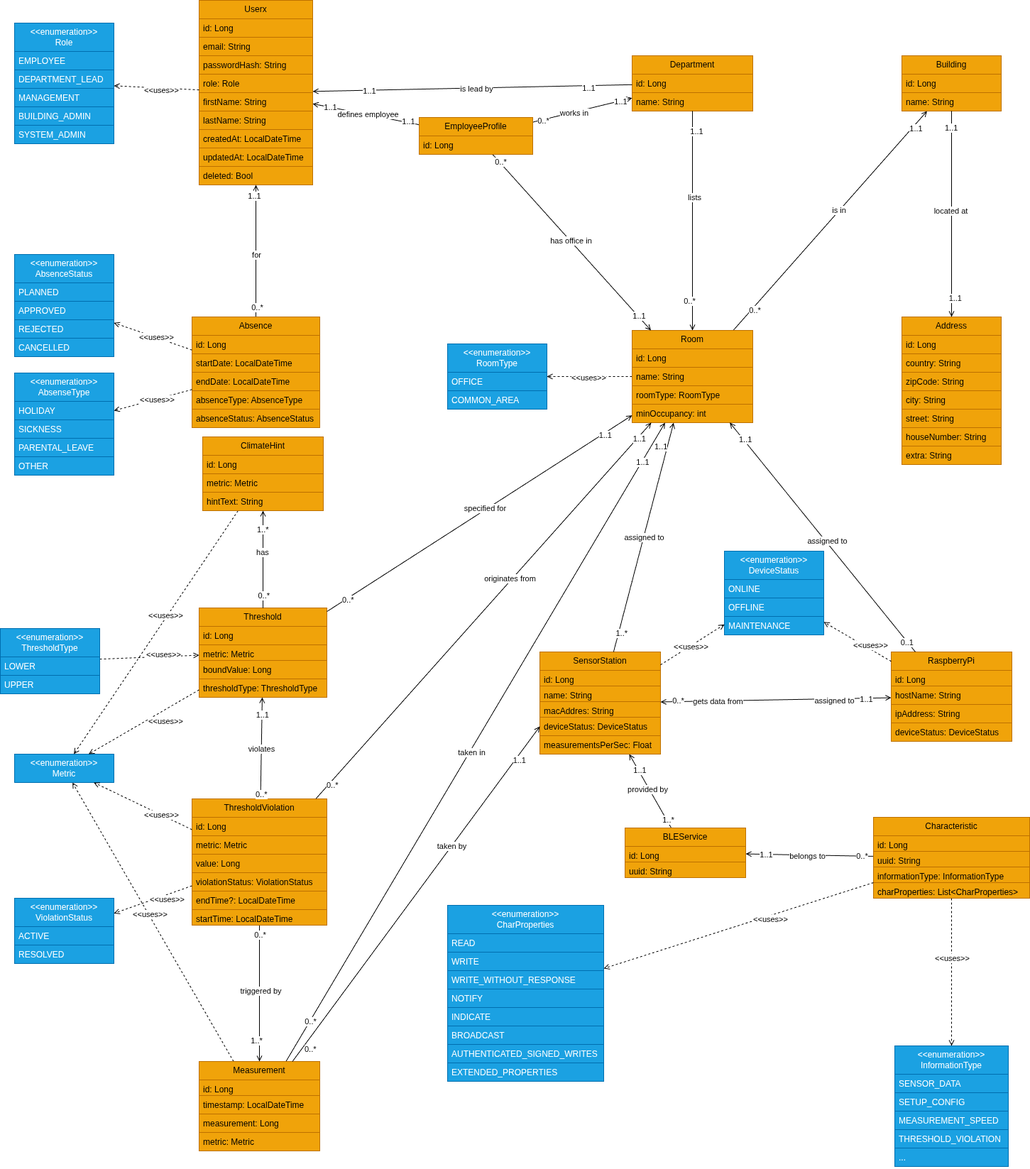
Above: docs/Softwarekonzept_V2/images/climate-canary-webapp-backend.png in adriano-paganini/ClimateCanary (draw.io), before the change. Source tidied: cells renumbered, new cells last; positions are measured from the earlier drawing's top-left corner, leaving out a move shared by most shapes.
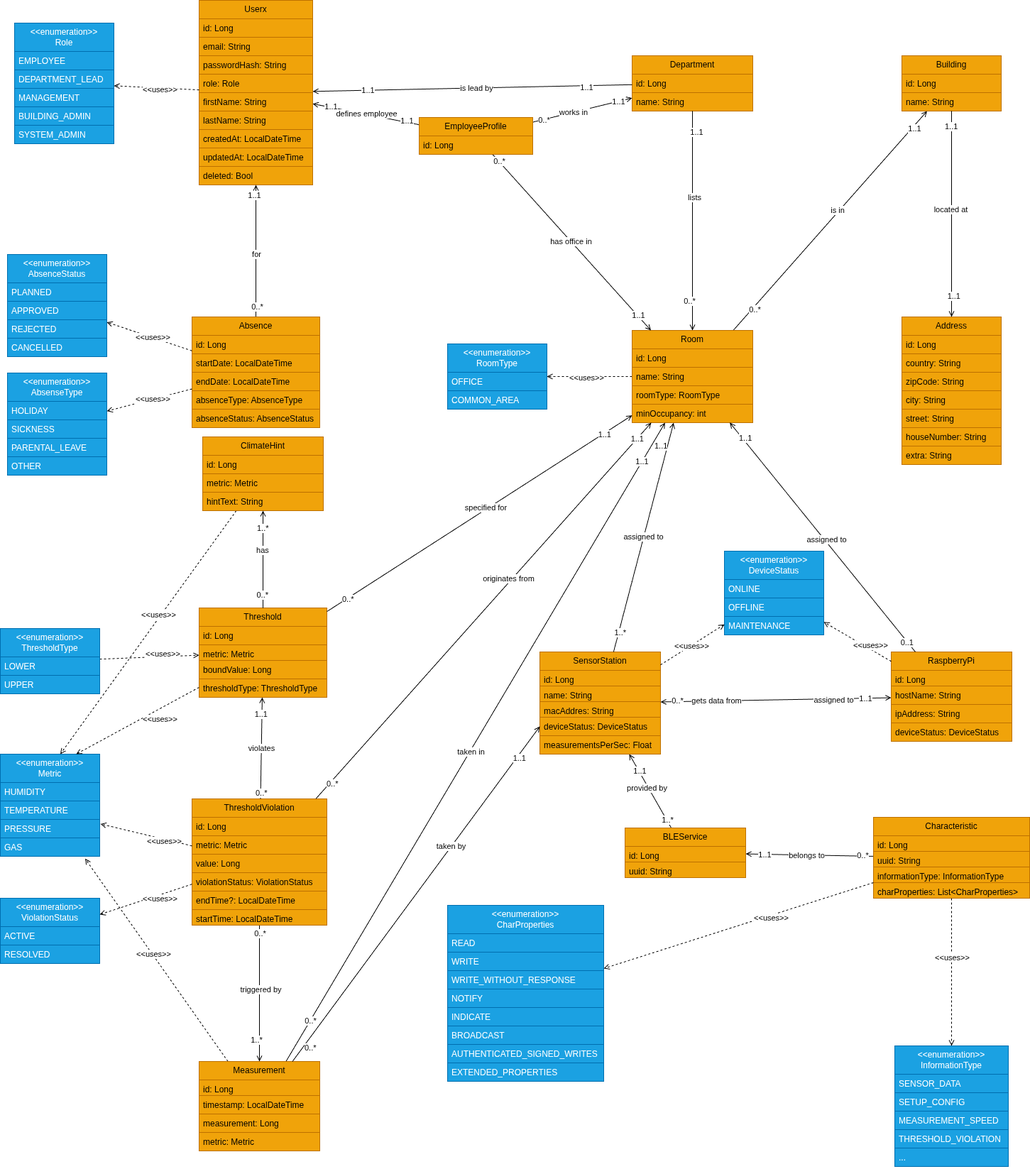
After the commit.

The edit, as a diff of the source:
```diff
@@ -51,7 +51,7 @@
       <mxGeometry y="144" width="140" height="26" as="geometry" />
     </mxCell>
     <mxCell id="18" value="&lt;div&gt;&amp;lt;&amp;lt;enumeration&amp;gt;&amp;gt;&lt;/div&gt;AbsenseType" style="swimlane;fontStyle=0;horizontal=1;startSize=40;fillColor=#1ba1e2;whiteSpace=wrap;html=1;fontColor=#ffffff;strokeColor=#006EAF;" parent="1" vertex="1">
-      <mxGeometry x="20" y="525" width="140" height="144" as="geometry" />
+      <mxGeometry x="10" y="525" width="140" height="144" as="geometry" />
     </mxCell>
     <mxCell id="19" value="HOLIDAY" style="text;strokeColor=#006EAF;fillColor=#1ba1e2;align=left;verticalAlign=top;spacingLeft=4;spacingRight=4;overflow=hidden;whiteSpace=wrap;html=1;fontColor=#ffffff;" parent="18" vertex="1">
       <mxGeometry y="40" width="140" height="26" as="geometry" />
@@ -298,7 +298,7 @@
     <mxCell id="91" value="triggered by" style="edgeLabel;html=1;align=center;verticalAlign=middle;" parent="88" vertex="1">
       <mxGeometry x="0.05" y="-1" relative="1" as="geometry" />
     </mxCell>
-    <mxCell id="92" style="rounded=0;jettySize=auto;html=1;dashed=1;endArrow=open;endFill=0;" parent="1" edge="1" source="98" target="108">
+    <mxCell id="92" style="rounded=0;jettySize=auto;html=1;dashed=1;endArrow=open;endFill=0;entryX=0.853;entryY=1.127;entryDx=0;entryDy=0;entryPerimeter=0;" parent="1" edge="1" source="98" target="235">
       <mxGeometry relative="1" as="geometry" />
     </mxCell>
     <mxCell id="93" value="&amp;lt;&amp;lt;uses&amp;gt;&amp;gt;" style="edgeLabel;html=1;align=center;verticalAlign=middle;" parent="92" vertex="1">
@@ -349,7 +349,7 @@
       <mxGeometry y="100" width="180" height="26" as="geometry" />
     </mxCell>
     <mxCell id="108" value="&lt;div&gt;&amp;lt;&amp;lt;enumeration&amp;gt;&amp;gt;&lt;/div&gt;Metric" style="swimlane;fontStyle=0;horizontal=1;startSize=40;fillColor=#1ba1e2;whiteSpace=wrap;html=1;fontColor=#ffffff;strokeColor=#006EAF;" parent="1" vertex="1" collapsed="1">
-      <mxGeometry x="20" y="1062" width="140" height="40" as="geometry" />
+      <mxGeometry y="1062" width="140" height="40" as="geometry" />
     </mxCell>
     <mxCell id="109" style="endArrow=open;html=1;rounded=0;startArrow=none;startFill=0;endFill=0;endSize=6;startSize=15;" parent="1" edge="1" source="103" target="61">
       <mxGeometry relative="1" as="geometry" />
@@ -401,7 +401,7 @@
       <mxGeometry y="92" width="140" height="26" as="geometry" />
     </mxCell>
     <mxCell id="124" value="&lt;div&gt;&amp;lt;&amp;lt;enumeration&amp;gt;&amp;gt;&lt;/div&gt;ViolationStatus" style="swimlane;fontStyle=0;horizontal=1;startSize=40;fillColor=#1ba1e2;whiteSpace=wrap;html=1;fontColor=#ffffff;strokeColor=#006EAF;" parent="1" vertex="1">
-      <mxGeometry x="20" y="1265" width="140" height="92" as="geometry" />
+      <mxGeometry y="1265" width="140" height="92" as="geometry" />
     </mxCell>
     <mxCell id="125" value="ACTIVE" style="text;strokeColor=#006EAF;fillColor=#1ba1e2;align=left;verticalAlign=top;spacingLeft=4;spacingRight=4;overflow=hidden;whiteSpace=wrap;html=1;fontColor=#ffffff;" parent="124" vertex="1">
       <mxGeometry y="40" width="140" height="26" as="geometry" />
@@ -500,7 +500,7 @@
       <mxGeometry x="-0.01" y="-1" relative="1" as="geometry" />
     </mxCell>
     <mxCell id="149" value="&lt;div&gt;&amp;lt;&amp;lt;enumeration&amp;gt;&amp;gt;&lt;/div&gt;AbsenceStatus" style="swimlane;fontStyle=0;horizontal=1;startSize=40;fillColor=#1ba1e2;whiteSpace=wrap;html=1;fontColor=#ffffff;strokeColor=#006EAF;" parent="1" vertex="1">
-      <mxGeometry x="20" y="358" width="140" height="144" as="geometry" />
+      <mxGeometry x="10" y="358" width="140" height="144" as="geometry" />
     </mxCell>
     <mxCell id="150" value="PLANNED" style="text;strokeColor=#006EAF;fillColor=#1ba1e2;align=left;verticalAlign=top;spacingLeft=4;spacingRight=4;overflow=hidden;whiteSpace=wrap;html=1;fontColor=#ffffff;" parent="149" vertex="1">
       <mxGeometry y="40" width="140" height="26" as="geometry" />
@@ -559,7 +559,7 @@
         <mxPoint x="14" y="3" as="offset" />
       </mxGeometry>
     </mxCell>
-    <mxCell id="165" style="rounded=0;jettySize=auto;html=1;dashed=1;endArrow=open;endFill=0;" parent="1" edge="1" source="113" target="108">
+    <mxCell id="165" style="rounded=0;jettySize=auto;html=1;dashed=1;endArrow=open;endFill=0;entryX=1.008;entryY=0.246;entryDx=0;entryDy=0;entryPerimeter=0;" parent="1" edge="1" source="113" target="236">
       <mxGeometry relative="1" as="geometry" />
     </mxCell>
     <mxCell id="166" value="&amp;lt;&amp;lt;uses&amp;gt;&amp;gt;" style="edgeLabel;html=1;align=center;verticalAlign=middle;" parent="165" vertex="1">
@@ -787,5 +787,17 @@
     <mxCell id="232" value="UPPER" style="text;strokeColor=#006EAF;fillColor=#1ba1e2;align=left;verticalAlign=top;spacingLeft=4;spacingRight=4;overflow=hidden;whiteSpace=wrap;html=1;fontColor=#ffffff;" parent="230" vertex="1">
       <mxGeometry y="66" width="140" height="26" as="geometry" />
     </mxCell>
+    <mxCell id="233" value="HUMIDITY" style="text;strokeColor=#006EAF;fillColor=#1ba1e2;align=left;verticalAlign=top;spacingLeft=4;spacingRight=4;overflow=hidden;whiteSpace=wrap;html=1;fontColor=#ffffff;" parent="1" vertex="1">
+      <mxGeometry y="1102" width="140" height="26" as="geometry" />
+    </mxCell>
+    <mxCell id="234" value="TEMPERATURE" style="text;strokeColor=#006EAF;fillColor=#1ba1e2;align=left;verticalAlign=top;spacingLeft=4;spacingRight=4;overflow=hidden;whiteSpace=wrap;html=1;fontColor=#ffffff;" parent="1" vertex="1">
+      <mxGeometry y="1128" width="140" height="26" as="geometry" />
+    </mxCell>
+    <mxCell id="235" value="GAS" style="text;strokeColor=#006EAF;fillColor=#1ba1e2;align=left;verticalAlign=top;spacingLeft=4;spacingRight=4;overflow=hidden;points=[[0,0.5],[1,0.5]];portConstraint=eastwest;whiteSpace=wrap;html=1;fontColor=#ffffff;" parent="1" vertex="1">
+      <mxGeometry y="1180" width="140" height="26" as="geometry" />
+    </mxCell>
+    <mxCell id="236" value="PRESSURE" style="text;strokeColor=#006EAF;fillColor=#1ba1e2;align=left;verticalAlign=top;spacingLeft=4;spacingRight=4;overflow=hidden;points=[[0,0.5],[1,0.5]];portConstraint=eastwest;whiteSpace=wrap;html=1;fontColor=#ffffff;" parent="1" vertex="1">
+      <mxGeometry y="1154" width="140" height="26" as="geometry" />
+    </mxCell>
   </root>
 </mxGraphModel>
```
